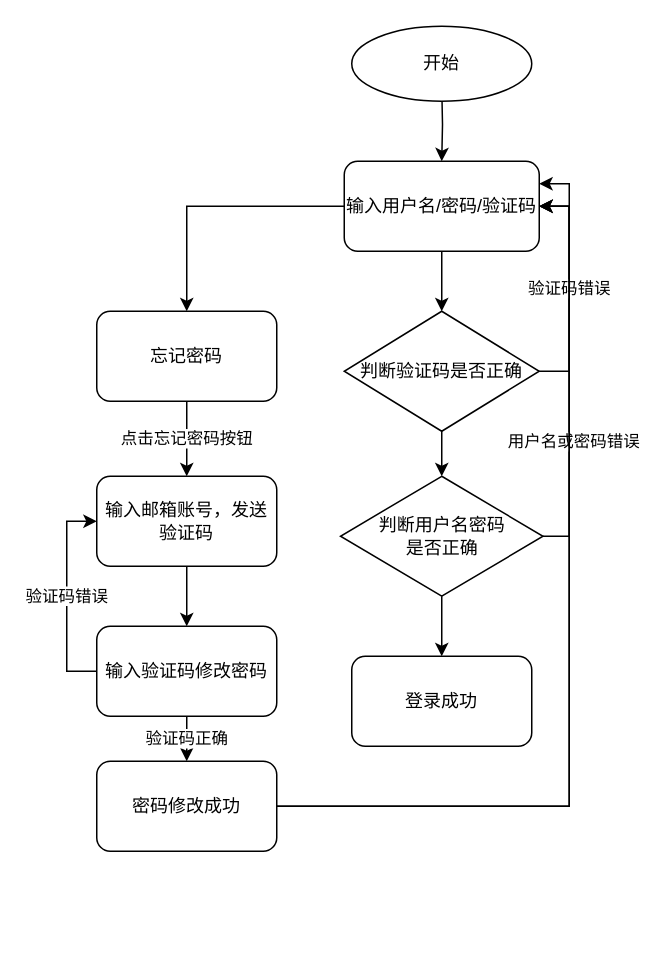
This is page "第 1 页" (1 of 16) of 未命名绘图.drawio from JiYiXingLi/-, a draw.io file, before an edit. Source tidied: cells renumbered, new cells numbered last; positions are measured from the earlier drawing's top-left corner, leaving out a move shared by most shapes. Both pictures are drawn from the tidied source at 150%, with x=0, y=0 at pixel (66, 26).
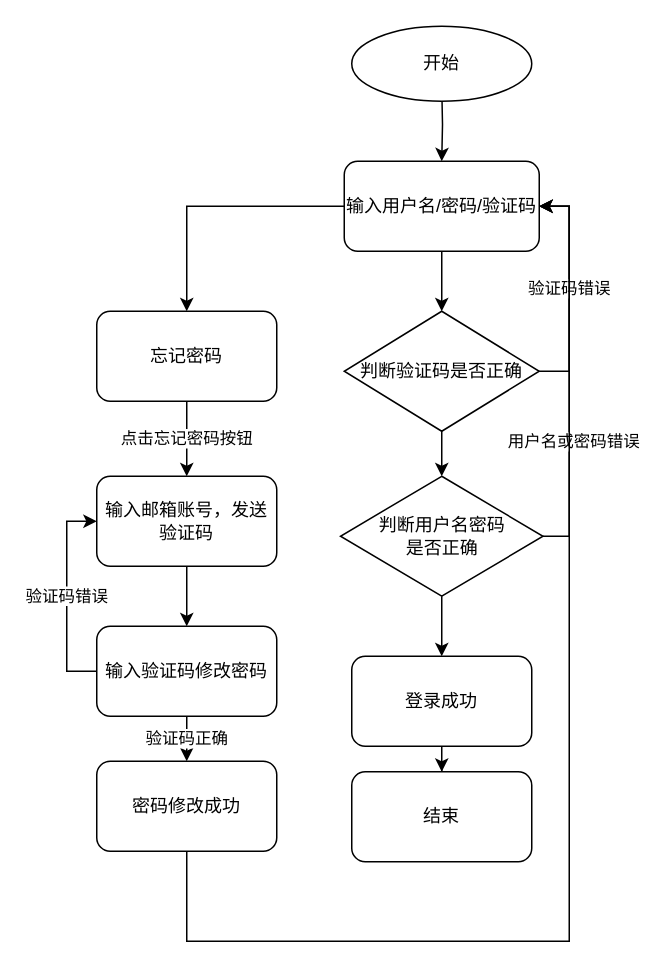
The same diagram, later.

Unchanged cells that the change refers to:
```xml
<mxCell id="5" value="输入用户名/密码/验证码" style="rounded=1;whiteSpace=wrap;html=1;fillColor=#ffffff;" parent="1" vertex="1">
  <mxGeometry x="185" y="90" width="130" height="60" as="geometry" />
</mxCell>
<mxCell id="15" value="登录成功" style="rounded=1;whiteSpace=wrap;html=1;fillColor=#ffffff;" parent="1" vertex="1">
  <mxGeometry x="190" y="420" width="120" height="60" as="geometry" />
</mxCell>
<mxCell id="25" value="密码修改成功" style="rounded=1;whiteSpace=wrap;html=1;fillColor=#ffffff;" parent="1" vertex="1">
  <mxGeometry x="20" y="490" width="120" height="60" as="geometry" />
</mxCell>
```

Diff of the diagram source:
```diff
@@
+    <mxCell id="26" style="edgeStyle=orthogonalEdgeStyle;rounded=0;jettySize=auto;html=1;" parent="1" edge="1" source="15" target="27">
+      <mxGeometry relative="1" as="geometry" />
+    </mxCell>
@@
-    <mxCell id="23" style="edgeStyle=orthogonalEdgeStyle;rounded=0;jettySize=auto;html=1;entryX=1;entryY=0.25;entryDx=0;entryDy=0;" parent="1" edge="1" source="25" target="5">
-      <mxGeometry relative="1" as="geometry" />
-    </mxCell>
     <mxCell id="24" style="edgeStyle=orthogonalEdgeStyle;rounded=0;jettySize=auto;html=1;entryX=1;entryY=0.5;entryDx=0;entryDy=0;" parent="1" edge="1" source="25" target="5">
-      <mxGeometry relative="1" as="geometry" />
+      <mxGeometry relative="1" as="geometry">
+        <Array as="points">
+          <mxPoint x="80" y="610" />
+          <mxPoint x="335" y="610" />
+          <mxPoint x="335" y="120" />
+        </Array>
+      </mxGeometry>
     </mxCell>
@@
+    <mxCell id="27" value="结束" style="rounded=1;whiteSpace=wrap;html=1;fillColor=#ffffff;" parent="1" vertex="1">
+      <mxGeometry x="190" y="497" width="120" height="60" as="geometry" />
+    </mxCell>
```
